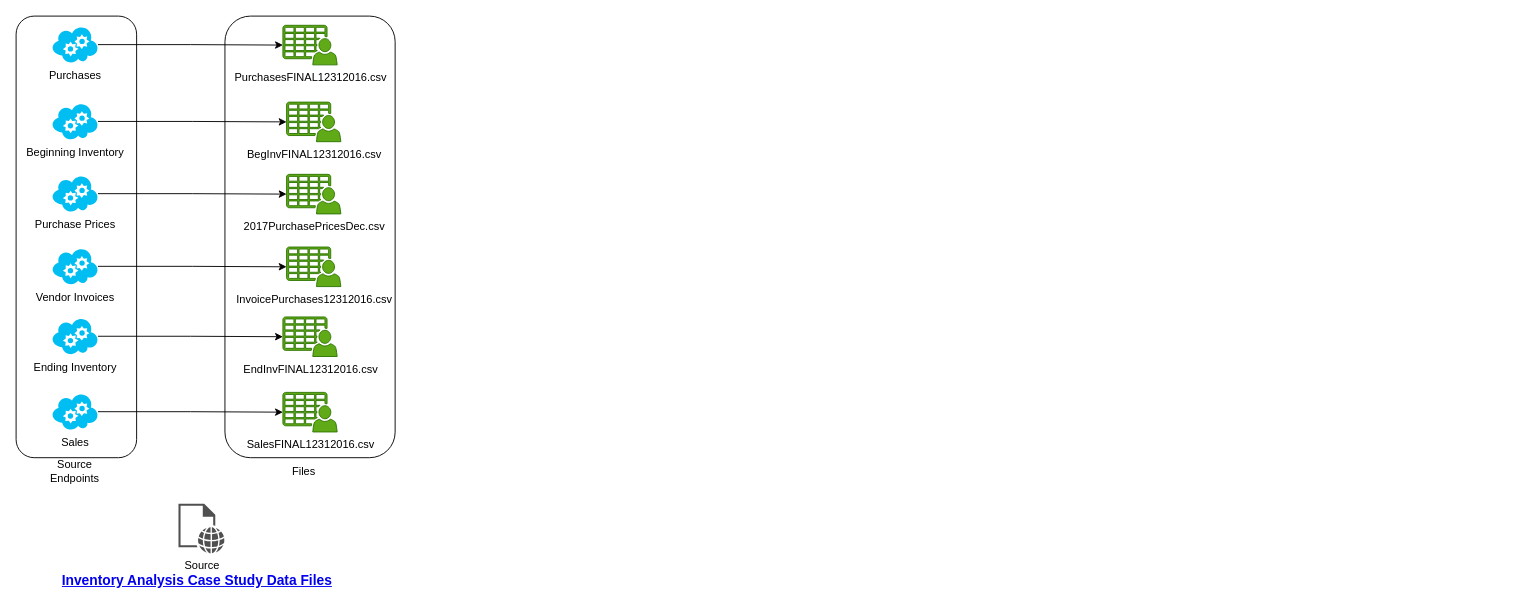
geeklogbook/AMN keeps this draw.io diagram as page "pipeline" (1 of 2) of docs/ANM_DIAGRAM.drawio. Above is the earlier version. Source tidied: cells renumbered, new cells numbered last; positions are measured from the earlier drawing's top-left corner, leaving out a move shared by most shapes. Both pictures are drawn from the tidied source at 92%, with x=0, y=0 at pixel (16, 16). Pictures stored in the file or linked from it are replaced by grey dashed boxes.
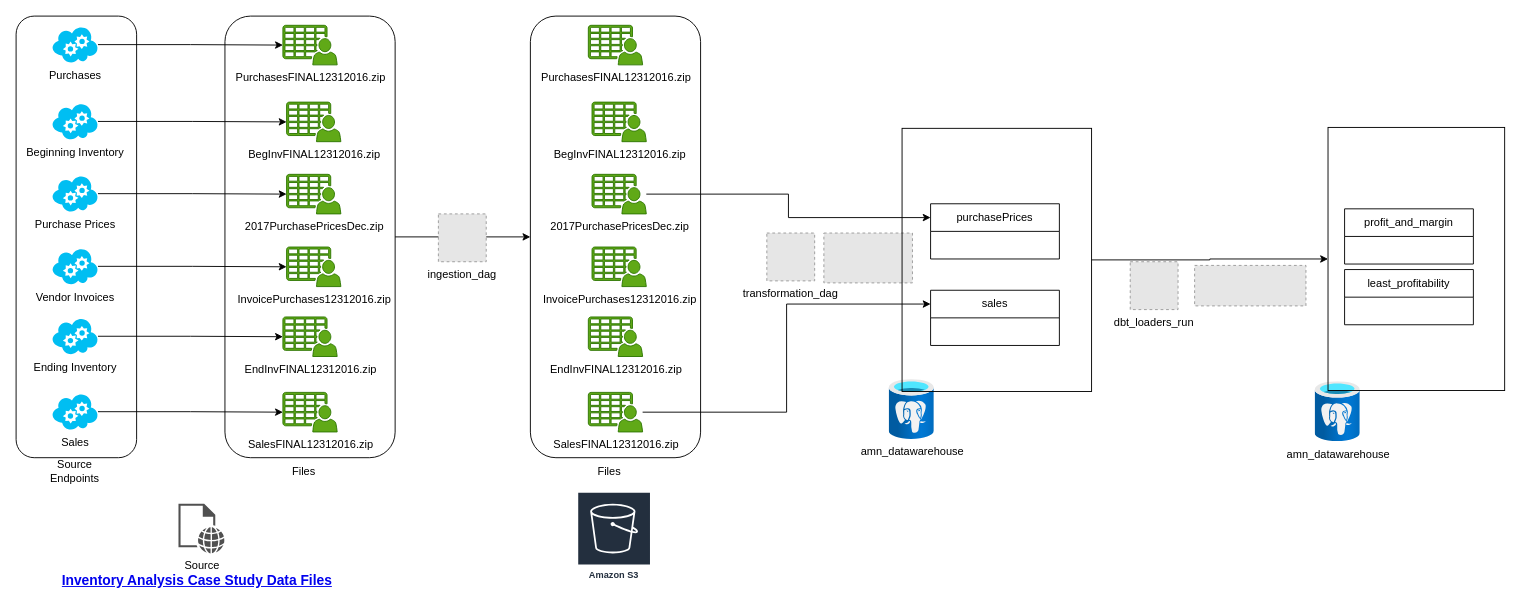
The same page after the edit.

The change refers to these unchanged cells:
```xml
<mxCell id="2" style="rounded=1;whiteSpace=wrap;html=1;fillColor=none;fontColor=default;" parent="1" vertex="1">
  <mxGeometry x="227" width="185" height="480" as="geometry" />
</mxCell>
```

The edit, as a diff of the source:
```diff
@@
+    <mxCell id="28" style="edgeStyle=orthogonalEdgeStyle;rounded=0;jettySize=auto;html=1;entryX=0;entryY=0.5;entryDx=0;entryDy=0;" parent="1" edge="1" source="2" target="30">
+      <mxGeometry relative="1" as="geometry" />
+    </mxCell>
@@
-    <mxCell id="4" value="PurchasesFINAL12312016.csv" style="sketch=0;shadow=0;dashed=0;html=1;strokeColor=#2D7600;fillColor=#60a917;labelPosition=center;verticalLabelPosition=bottom;verticalAlign=top;outlineConnect=0;align=center;shape=mxgraph.office.users.csv_file;fontColor=default;" parent="1" vertex="1">
+    <mxCell id="4" value="PurchasesFINAL12312016.zip" style="sketch=0;shadow=0;dashed=0;html=1;strokeColor=#2D7600;fillColor=#60a917;labelPosition=center;verticalLabelPosition=bottom;verticalAlign=top;outlineConnect=0;align=center;shape=mxgraph.office.users.csv_file;fontColor=default;" parent="1" vertex="1">
       <mxGeometry x="290" y="10" width="59" height="43" as="geometry" />
     </mxCell>
@@
-    <mxCell id="18" value="BegInvFINAL12312016.csv" style="sketch=0;shadow=0;dashed=0;html=1;strokeColor=#2D7600;fillColor=#60a917;labelPosition=center;verticalLabelPosition=bottom;verticalAlign=top;outlineConnect=0;align=center;shape=mxgraph.office.users.csv_file;fontColor=default;" parent="1" vertex="1">
+    <mxCell id="18" value="BegInvFINAL12312016.zip" style="sketch=0;shadow=0;dashed=0;html=1;strokeColor=#2D7600;fillColor=#60a917;labelPosition=center;verticalLabelPosition=bottom;verticalAlign=top;outlineConnect=0;align=center;shape=mxgraph.office.users.csv_file;fontColor=default;" parent="1" vertex="1">
       <mxGeometry x="294" y="93.5" width="59" height="43" as="geometry" />
     </mxCell>
-    <mxCell id="19" value="2017PurchasePricesDec.csv" style="sketch=0;shadow=0;dashed=0;html=1;strokeColor=#2D7600;fillColor=#60a917;labelPosition=center;verticalLabelPosition=bottom;verticalAlign=top;outlineConnect=0;align=center;shape=mxgraph.office.users.csv_file;fontColor=default;" parent="1" vertex="1">
+    <mxCell id="19" value="2017PurchasePricesDec.zip" style="sketch=0;shadow=0;dashed=0;html=1;strokeColor=#2D7600;fillColor=#60a917;labelPosition=center;verticalLabelPosition=bottom;verticalAlign=top;outlineConnect=0;align=center;shape=mxgraph.office.users.csv_file;fontColor=default;" parent="1" vertex="1">
       <mxGeometry x="294" y="172" width="59" height="43" as="geometry" />
     </mxCell>
-    <mxCell id="20" value="InvoicePurchases12312016.csv" style="sketch=0;shadow=0;dashed=0;html=1;strokeColor=#2D7600;fillColor=#60a917;labelPosition=center;verticalLabelPosition=bottom;verticalAlign=top;outlineConnect=0;align=center;shape=mxgraph.office.users.csv_file;fontColor=default;" parent="1" vertex="1">
+    <mxCell id="20" value="InvoicePurchases12312016.zip" style="sketch=0;shadow=0;dashed=0;html=1;strokeColor=#2D7600;fillColor=#60a917;labelPosition=center;verticalLabelPosition=bottom;verticalAlign=top;outlineConnect=0;align=center;shape=mxgraph.office.users.csv_file;fontColor=default;" parent="1" vertex="1">
       <mxGeometry x="294" y="251" width="59" height="43" as="geometry" />
     </mxCell>
-    <mxCell id="21" value="EndInvFINAL12312016.csv" style="sketch=0;shadow=0;dashed=0;html=1;strokeColor=#2D7600;fillColor=#60a917;labelPosition=center;verticalLabelPosition=bottom;verticalAlign=top;outlineConnect=0;align=center;shape=mxgraph.office.users.csv_file;fontColor=default;" parent="1" vertex="1">
+    <mxCell id="21" value="EndInvFINAL12312016.zip" style="sketch=0;shadow=0;dashed=0;html=1;strokeColor=#2D7600;fillColor=#60a917;labelPosition=center;verticalLabelPosition=bottom;verticalAlign=top;outlineConnect=0;align=center;shape=mxgraph.office.users.csv_file;fontColor=default;" parent="1" vertex="1">
       <mxGeometry x="290" y="327" width="59" height="43" as="geometry" />
     </mxCell>
-    <mxCell id="22" value="SalesFINAL12312016.csv" style="sketch=0;shadow=0;dashed=0;html=1;strokeColor=#2D7600;fillColor=#60a917;labelPosition=center;verticalLabelPosition=bottom;verticalAlign=top;outlineConnect=0;align=center;shape=mxgraph.office.users.csv_file;fontColor=default;" parent="1" vertex="1">
+    <mxCell id="22" value="SalesFINAL12312016.zip" style="sketch=0;shadow=0;dashed=0;html=1;strokeColor=#2D7600;fillColor=#60a917;labelPosition=center;verticalLabelPosition=bottom;verticalAlign=top;outlineConnect=0;align=center;shape=mxgraph.office.users.csv_file;fontColor=default;" parent="1" vertex="1">
       <mxGeometry x="290" y="409" width="59" height="43" as="geometry" />
     </mxCell>
@@
+    <mxCell id="29" value="Amazon S3" style="sketch=0;fontColor=#232F3E;gradientColor=none;strokeColor=#ffffff;fillColor=#232F3E;dashed=0;verticalLabelPosition=middle;verticalAlign=bottom;align=center;html=1;whiteSpace=wrap;fontSize=10;fontStyle=1;spacing=3;shape=mxgraph.aws4.productIcon;prIcon=mxgraph.aws4.s3;" parent="1" vertex="1">
+      <mxGeometry x="610" y="517" width="80" height="100" as="geometry" />
+    </mxCell>
+    <mxCell id="30" style="rounded=1;whiteSpace=wrap;html=1;fillColor=none;fontColor=default;" parent="1" vertex="1">
+      <mxGeometry x="559" width="185" height="480" as="geometry" />
+    </mxCell>
+    <mxCell id="31" value="PurchasesFINAL12312016.zip" style="sketch=0;shadow=0;dashed=0;html=1;strokeColor=#2D7600;fillColor=#60a917;labelPosition=center;verticalLabelPosition=bottom;verticalAlign=top;align=center;shape=mxgraph.office.users.csv_file;fontColor=default;" parent="1" vertex="1">
+      <mxGeometry x="622" y="10" width="59" height="43" as="geometry" />
+    </mxCell>
+    <mxCell id="32" value="BegInvFINAL12312016.zip" style="sketch=0;shadow=0;dashed=0;html=1;strokeColor=#2D7600;fillColor=#60a917;labelPosition=center;verticalLabelPosition=bottom;verticalAlign=top;align=center;shape=mxgraph.office.users.csv_file;fontColor=default;" parent="1" vertex="1">
+      <mxGeometry x="626" y="93.5" width="59" height="43" as="geometry" />
+    </mxCell>
+    <mxCell id="33" style="edgeStyle=orthogonalEdgeStyle;rounded=0;jettySize=auto;html=1;entryX=0;entryY=0.25;entryDx=0;entryDy=0;" parent="1" edge="1" source="34" target="45">
+      <mxGeometry relative="1" as="geometry" />
+    </mxCell>
+    <mxCell id="34" value="2017PurchasePricesDec.zip" style="sketch=0;shadow=0;dashed=0;html=1;strokeColor=#2D7600;fillColor=#60a917;labelPosition=center;verticalLabelPosition=bottom;verticalAlign=top;outlineConnect=0;align=center;shape=mxgraph.office.users.csv_file;fontColor=default;" parent="1" vertex="1">
+      <mxGeometry x="626" y="172" width="59" height="43" as="geometry" />
+    </mxCell>
+    <mxCell id="35" value="InvoicePurchases12312016.zip" style="sketch=0;shadow=0;dashed=0;html=1;strokeColor=#2D7600;fillColor=#60a917;labelPosition=center;verticalLabelPosition=bottom;verticalAlign=top;align=center;shape=mxgraph.office.users.csv_file;fontColor=default;" parent="1" vertex="1">
+      <mxGeometry x="626" y="251" width="59" height="43" as="geometry" />
+    </mxCell>
+    <mxCell id="36" value="EndInvFINAL12312016.zip" style="sketch=0;shadow=0;dashed=0;html=1;strokeColor=#2D7600;fillColor=#60a917;labelPosition=center;verticalLabelPosition=bottom;verticalAlign=top;align=center;shape=mxgraph.office.users.csv_file;fontColor=default;" parent="1" vertex="1">
+      <mxGeometry x="622" y="327" width="59" height="43" as="geometry" />
+    </mxCell>
+    <mxCell id="37" style="edgeStyle=orthogonalEdgeStyle;rounded=0;jettySize=auto;html=1;entryX=0;entryY=0.25;entryDx=0;entryDy=0;" parent="1" edge="1" source="38" target="44">
+      <mxGeometry relative="1" as="geometry" />
+    </mxCell>
+    <mxCell id="38" value="SalesFINAL12312016.zip" style="sketch=0;shadow=0;dashed=0;html=1;strokeColor=#2D7600;fillColor=#60a917;labelPosition=center;verticalLabelPosition=bottom;verticalAlign=top;outlineConnect=0;align=center;shape=mxgraph.office.users.csv_file;fontColor=default;" parent="1" vertex="1">
+      <mxGeometry x="622" y="409" width="59" height="43" as="geometry" />
+    </mxCell>
+    <mxCell id="39" value="Files" style="text;html=1;align=center;verticalAlign=middle;whiteSpace=wrap;rounded=0;fontColor=default;" parent="1" vertex="1">
+      <mxGeometry x="600" y="480" width="90" height="30" as="geometry" />
+    </mxCell>
+    <mxCell id="40" style="edgeStyle=orthogonalEdgeStyle;rounded=0;orthogonalLoop=1;jettySize=auto;html=1;exitX=0.5;exitY=1;exitDx=0;exitDy=0;fontColor=default;" parent="1" edge="1" source="39" target="39">
+      <mxGeometry relative="1" as="geometry" />
+    </mxCell>
+    <mxCell id="41" value="ingestion_dag" style="fillColor=#E6E6E6;strokeColor=#999999;dashed=1;verticalLabelPosition=bottom;labelBackgroundColor=default;verticalAlign=top;" parent="1" vertex="1">
+      <mxGeometry x="459" y="215" width="52" height="52" as="geometry" />
+    </mxCell>
+    <mxCell id="42" value="amn_datawarehouse" style="image;html=1;align=center;fontSize=12;image=img/lib/azure2/databases/Azure_Database_PostgreSQL_Server.svg;" parent="1" vertex="1">
+      <mxGeometry x="949" y="395" width="49" height="65.3" as="geometry" />
+    </mxCell>
+    <mxCell id="43" value="transformation_dag" style="fillColor=#E6E6E6;strokeColor=#999999;dashed=1;verticalLabelPosition=bottom;labelBackgroundColor=default;verticalAlign=top;" parent="1" vertex="1">
+      <mxGeometry x="816" y="235.8" width="52" height="52" as="geometry" />
+    </mxCell>
+    <mxCell id="44" value="sales" style="swimlane;fontStyle=0;horizontal=1;startSize=30;whiteSpace=wrap;html=1;" parent="1" vertex="1">
+      <mxGeometry x="994" y="298" width="140" height="60" as="geometry" />
+    </mxCell>
+    <mxCell id="45" value="purchasePrices" style="swimlane;fontStyle=0;horizontal=1;startSize=30;whiteSpace=wrap;html=1;" parent="1" vertex="1">
+      <mxGeometry x="994" y="204" width="140" height="60" as="geometry" />
+    </mxCell>
+    <mxCell id="46" style="fillColor=#E6E6E6;strokeColor=#999999;dashed=1;verticalLabelPosition=bottom;labelBackgroundColor=default;verticalAlign=top;" parent="1" vertex="1">
+      <mxGeometry x="878" y="235.8" width="96.3" height="54.2" as="geometry" />
+    </mxCell>
+    <mxCell id="47" value="amn_datawarehouse" style="image;html=1;align=center;fontSize=12;image=img/lib/azure2/databases/Azure_Database_PostgreSQL_Server.svg;" parent="1" vertex="1">
+      <mxGeometry x="1412" y="397.3" width="49" height="65.3" as="geometry" />
+    </mxCell>
+    <mxCell id="48" value="least_profitability" style="swimlane;fontStyle=0;horizontal=1;startSize=30;whiteSpace=wrap;html=1;" parent="1" vertex="1">
+      <mxGeometry x="1444" y="275.5" width="140" height="60" as="geometry" />
+    </mxCell>
+    <mxCell id="49" value="profit_and_margin" style="swimlane;fontStyle=0;horizontal=1;startSize=30;whiteSpace=wrap;html=1;" parent="1" vertex="1">
+      <mxGeometry x="1444" y="209.5" width="140" height="60" as="geometry" />
+    </mxCell>
+    <mxCell id="50" value="dbt_loaders_run" style="fillColor=#E6E6E6;strokeColor=#999999;dashed=1;verticalLabelPosition=bottom;labelBackgroundColor=default;verticalAlign=top;" parent="1" vertex="1">
+      <mxGeometry x="1211" y="267" width="52" height="52" as="geometry" />
+    </mxCell>
+    <mxCell id="51" style="fillColor=#E6E6E6;strokeColor=#999999;dashed=1;verticalLabelPosition=bottom;labelBackgroundColor=default;verticalAlign=top;" parent="1" vertex="1">
+      <mxGeometry x="1281" y="271" width="121" height="44" as="geometry" />
+    </mxCell>
+    <mxCell id="52" style="rounded=0;whiteSpace=wrap;html=1;fillColor=none;" parent="1" vertex="1">
+      <mxGeometry x="1426" y="121" width="192" height="286" as="geometry" />
+    </mxCell>
+    <mxCell id="53" style="edgeStyle=orthogonalEdgeStyle;rounded=0;jettySize=auto;html=1;" parent="1" edge="1" source="54" target="52">
+      <mxGeometry relative="1" as="geometry" />
+    </mxCell>
+    <mxCell id="54" style="rounded=0;whiteSpace=wrap;html=1;fillColor=none;" parent="1" vertex="1">
+      <mxGeometry x="963" y="122" width="206" height="286" as="geometry" />
+    </mxCell>
```
